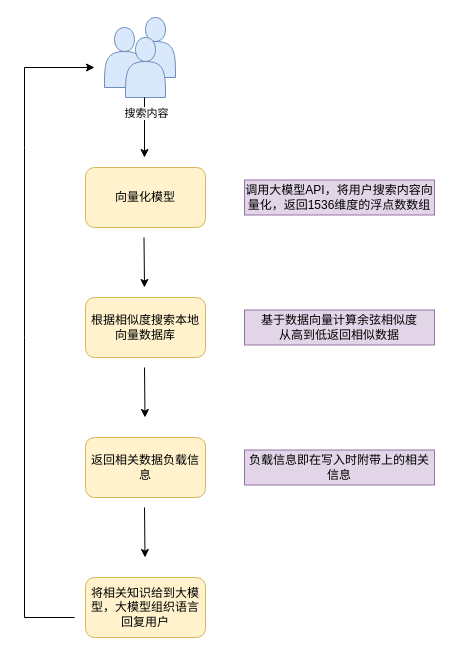
KeatonLi/pictures keeps this draw.io diagram as draw.io/AI流程图.drawio. Above is the earlier version. Source tidied: cells renumbered, new cells numbered last; positions are measured from the earlier drawing's top-left corner, leaving out a move shared by most shapes. Both pictures are drawn from the tidied source at 100%, with x=0, y=0 at pixel (24, 17).
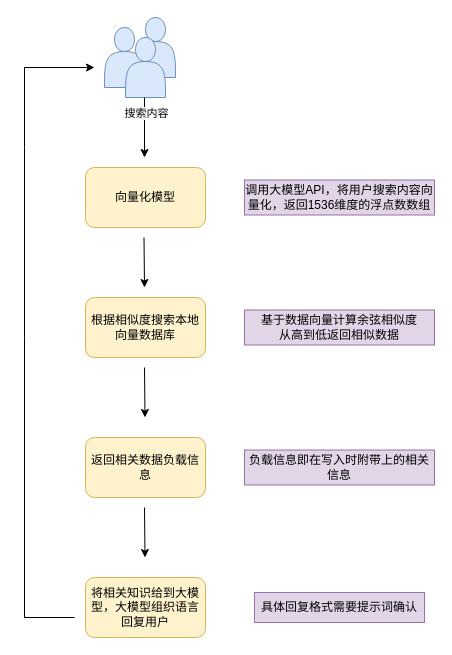
The same page after the edit.

Commit message:
更新AI流程图.drawio

Change to the diagram source:
```diff
@@
+    <mxCell id="18" value="具体回复格式需要提示词确认" style="rounded=0;whiteSpace=wrap;html=1;fillColor=#e1d5e7;strokeColor=#9673a6;" parent="1" vertex="1">
+      <mxGeometry x="230" y="575" width="170" height="30" as="geometry" />
+    </mxCell>
```
